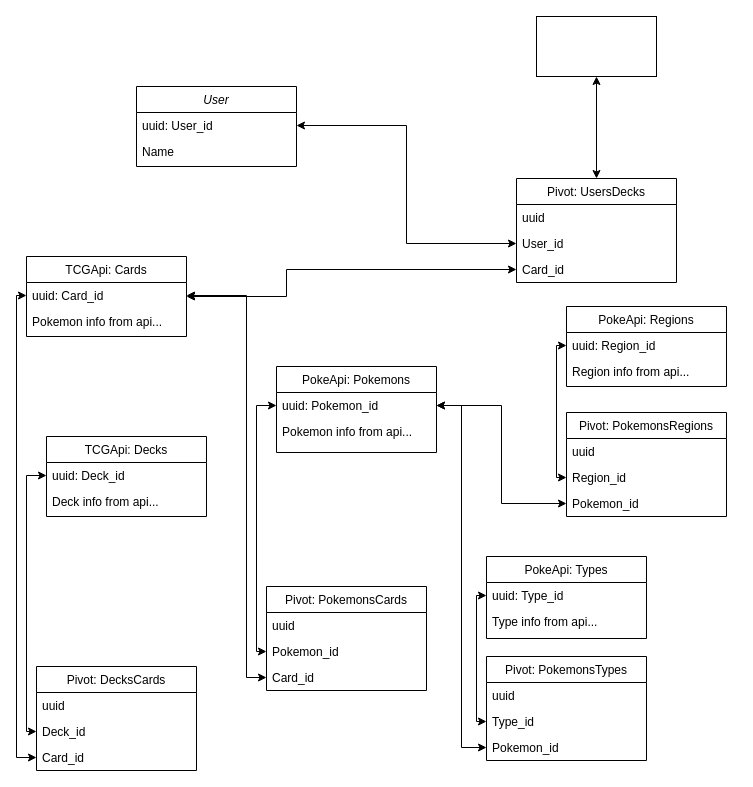
Before: Pokemon.drawio in ecreatrix/personal-pokemon, a draw.io diagram. Source tidied: cells renumbered, new cells numbered last; positions are measured from the earlier drawing's top-left corner, leaving out a move shared by most shapes. Both pictures are drawn from the tidied source at 100%, with x=0, y=0 at pixel (26, 16).
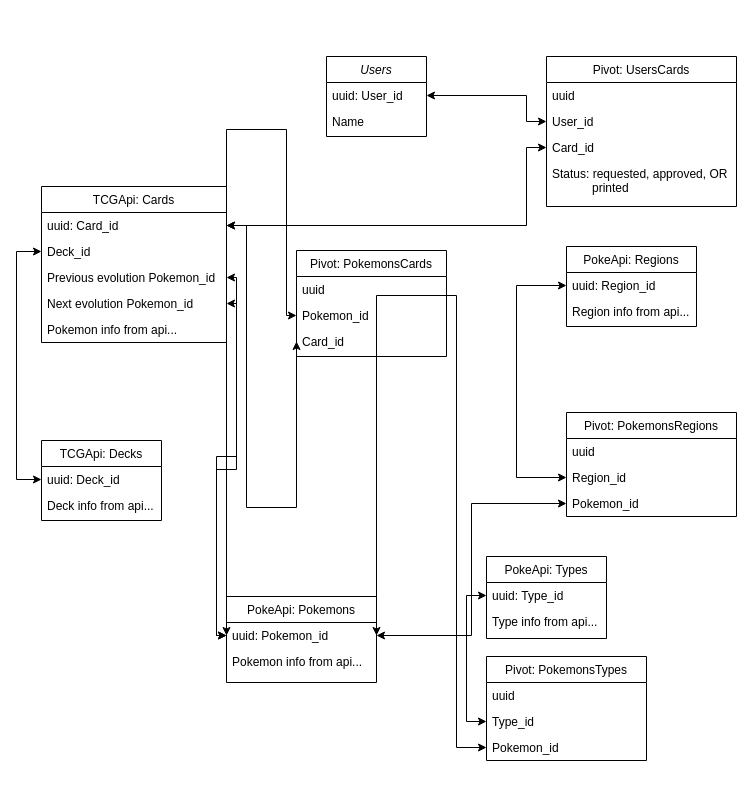
Above is the later version.

Unchanged cells that the change refers to:
```xml
<mxCell id="49" value="Type_id" style="text;align=left;verticalAlign=top;spacingLeft=4;spacingRight=4;overflow=hidden;points=[[0,0.5],[1,0.5]];portConstraint=eastwest;rounded=0;shadow=0;html=0;" parent="47" vertex="1">
  <mxGeometry y="52" width="160" height="26" as="geometry" />
</mxCell>
<mxCell id="50" value="Pokemon_id" style="text;align=left;verticalAlign=top;spacingLeft=4;spacingRight=4;overflow=hidden;points=[[0,0.5],[1,0.5]];portConstraint=eastwest;rounded=0;shadow=0;html=0;" parent="47" vertex="1">
  <mxGeometry y="78" width="160" height="26" as="geometry" />
</mxCell>
```

Change to the diagram source:
```diff
@@
-    <mxCell id="2" value="User" style="swimlane;fontStyle=2;align=center;verticalAlign=top;horizontal=1;startSize=26;rounded=0;shadow=0;strokeWidth=1;" parent="1" vertex="1">
-      <mxGeometry x="110" y="70" width="160" height="80" as="geometry" />
+    <mxCell id="2" value="Users" style="swimlane;fontStyle=2;align=center;verticalAlign=top;horizontal=1;startSize=26;rounded=0;shadow=0;strokeWidth=1;" parent="1" vertex="1">
+      <mxGeometry x="300" y="40" width="100" height="80" as="geometry" />
     </mxCell>
     <mxCell id="3" value="uuid: User_id" style="text;align=left;verticalAlign=top;spacingLeft=4;spacingRight=4;overflow=hidden;points=[[0,0.5],[1,0.5]];portConstraint=eastwest;" parent="2" vertex="1">
-      <mxGeometry y="26" width="160" height="26" as="geometry" />
+      <mxGeometry y="26" width="100" height="26" as="geometry" />
     </mxCell>
     <mxCell id="4" value="Name" style="text;align=left;verticalAlign=top;spacingLeft=4;spacingRight=4;overflow=hidden;" parent="2" vertex="1">
-      <mxGeometry y="52" width="160" height="26" as="geometry" />
+      <mxGeometry y="52" width="100" height="26" as="geometry" />
     </mxCell>
     <mxCell id="5" value="TCGApi: Cards" style="swimlane;fontStyle=0;align=center;verticalAlign=top;horizontal=1;startSize=26;rounded=0;shadow=0;strokeWidth=1;swimlaneLine=1;" parent="1" vertex="1">
-      <mxGeometry y="240" width="160" height="80" as="geometry" />
+      <mxGeometry x="15" y="170" width="185" height="156" as="geometry" />
     </mxCell>
     <mxCell id="6" value="uuid: Card_id" style="text;align=left;verticalAlign=top;spacingLeft=4;spacingRight=4;overflow=hidden;points=[[0,0.5],[1,0.5]];portConstraint=eastwest;" parent="5" vertex="1">
-      <mxGeometry y="26" width="160" height="26" as="geometry" />
+      <mxGeometry y="26" width="185" height="26" as="geometry" />
     </mxCell>
+    <mxCell id="29" value="Deck_id" style="text;align=left;verticalAlign=top;spacingLeft=4;spacingRight=4;overflow=hidden;points=[[0,0.5],[1,0.5]];portConstraint=eastwest;rounded=0;shadow=0;html=0;" parent="5" vertex="1">
+      <mxGeometry y="52" width="185" height="26" as="geometry" />
+    </mxCell>
+    <mxCell id="52" value="Previous evolution Pokemon_id" style="text;align=left;verticalAlign=top;spacingLeft=4;spacingRight=4;overflow=hidden;points=[[0,0.5],[1,0.5]];portConstraint=eastwest;rounded=0;shadow=0;html=0;" parent="5" vertex="1">
+      <mxGeometry y="78" width="185" height="26" as="geometry" />
+    </mxCell>
+    <mxCell id="53" value="Next evolution Pokemon_id" style="text;align=left;verticalAlign=top;spacingLeft=4;spacingRight=4;overflow=hidden;points=[[0,0.5],[1,0.5]];portConstraint=eastwest;rounded=0;shadow=0;html=0;" parent="5" vertex="1">
+      <mxGeometry y="104" width="185" height="26" as="geometry" />
+    </mxCell>
     <mxCell id="7" value="Pokemon info from api..." style="text;align=left;verticalAlign=top;spacingLeft=4;spacingRight=4;overflow=hidden;" parent="5" vertex="1">
-      <mxGeometry y="52" width="160" height="26" as="geometry" />
+      <mxGeometry y="130" width="185" height="26" as="geometry" />
     </mxCell>
-    <mxCell id="8" value="PokeApi: Pokemons" style="swimlane;fontStyle=0;align=center;verticalAlign=top;horizontal=1;startSize=26;rounded=0;shadow=0;strokeWidth=1;" parent="1" vertex="1">
-      <mxGeometry x="250" y="350" width="160" height="86" as="geometry" />
-    </mxCell>
-    <mxCell id="9" value="uuid: Pokemon_id" style="text;align=left;verticalAlign=top;spacingLeft=4;spacingRight=4;overflow=hidden;points=[[0,0.5],[1,0.5]];portConstraint=eastwest;" parent="8" vertex="1">
-      <mxGeometry y="26" width="160" height="26" as="geometry" />
-    </mxCell>
-    <mxCell id="10" value="Pokemon info from api..." style="text;align=left;verticalAlign=top;spacingLeft=4;spacingRight=4;overflow=hidden;" parent="8" vertex="1">
-      <mxGeometry y="52" width="160" height="26" as="geometry" />
-    </mxCell>
-    <mxCell id="11" style="edgeStyle=orthogonalEdgeStyle;rounded=0;jettySize=auto;html=1;startArrow=classic;startFill=1;endArrow=classic;endFill=1;" parent="1" edge="1" source="12" target="51">
-      <mxGeometry relative="1" as="geometry" />
-    </mxCell>
-    <mxCell id="12" value="Pivot: UsersDecks" style="swimlane;fontStyle=0;align=center;verticalAlign=top;horizontal=1;startSize=26;rounded=0;shadow=0;strokeWidth=1;" parent="1" vertex="1">
-      <mxGeometry x="490" y="162" width="160" height="104" as="geometry" />
-    </mxCell>
-    <mxCell id="13" value="uuid" style="text;align=left;verticalAlign=top;spacingLeft=4;spacingRight=4;overflow=hidden;rounded=0;shadow=0;html=0;" parent="12" vertex="1">
-      <mxGeometry y="26" width="160" height="26" as="geometry" />
-    </mxCell>
-    <mxCell id="14" value="User_id" style="text;align=left;verticalAlign=top;spacingLeft=4;spacingRight=4;overflow=hidden;points=[[0,0.5],[1,0.5]];portConstraint=eastwest;rounded=0;shadow=0;html=0;" parent="12" vertex="1">
-      <mxGeometry y="52" width="160" height="26" as="geometry" />
-    </mxCell>
-    <mxCell id="15" value="Card_id" style="text;align=left;verticalAlign=top;spacingLeft=4;spacingRight=4;overflow=hidden;points=[[0,0.5],[1,0.5]];portConstraint=eastwest;rounded=0;shadow=0;html=0;" parent="12" vertex="1">
-      <mxGeometry y="78" width="160" height="26" as="geometry" />
-    </mxCell>
-    <mxCell id="16" style="endArrow=classic;shadow=0;strokeWidth=1;rounded=0;endFill=1;edgeStyle=orthogonalEdgeStyle;elbow=vertical;startArrow=classic;startFill=1;entryX=0;entryY=0.5;entryDx=0;entryDy=0;exitX=1;exitY=0.5;exitDx=0;exitDy=0;" parent="1" edge="1" source="3" target="14">
+    <mxCell id="16" style="endArrow=classic;shadow=0;strokeWidth=1;rounded=0;endFill=1;elbow=vertical;startArrow=classic;startFill=1;exitX=1;exitY=0.5;exitDx=0;exitDy=0;entryX=0;entryY=0.5;entryDx=0;entryDy=0;edgeStyle=orthogonalEdgeStyle;" parent="1" edge="1" source="3" target="14">
       <mxGeometry x="0.5" y="41" relative="1" as="geometry">
+        <Array as="points">
+          <mxPoint x="500" y="79" />
+          <mxPoint x="500" y="105" />
+        </Array>
         <mxPoint x="-40" y="32" as="offset" />
       </mxGeometry>
     </mxCell>
     <mxCell id="17" value="TCGApi: Decks" style="swimlane;fontStyle=0;align=center;verticalAlign=top;horizontal=1;startSize=26;rounded=0;shadow=0;strokeWidth=1;" parent="1" vertex="1">
-      <mxGeometry x="20" y="420" width="160" height="80" as="geometry" />
+      <mxGeometry x="15" y="424" width="120" height="80" as="geometry" />
     </mxCell>
     <mxCell id="18" value="uuid: Deck_id" style="text;align=left;verticalAlign=top;spacingLeft=4;spacingRight=4;overflow=hidden;points=[[0,0.5],[1,0.5]];portConstraint=eastwest;" parent="17" vertex="1">
-      <mxGeometry y="26" width="160" height="26" as="geometry" />
+      <mxGeometry y="26" width="120" height="26" as="geometry" />
     </mxCell>
     <mxCell id="19" value="Deck info from api..." style="text;align=left;verticalAlign=top;spacingLeft=4;spacingRight=4;overflow=hidden;" parent="17" vertex="1">
-      <mxGeometry y="52" width="160" height="26" as="geometry" />
+      <mxGeometry y="52" width="120" height="26" as="geometry" />
     </mxCell>
-    <mxCell id="20" style="endArrow=classic;startArrow=classic;html=1;rounded=0;edgeStyle=orthogonalEdgeStyle;entryX=0;entryY=0.5;entryDx=0;entryDy=0;" parent="1" edge="1" target="15">
+    <mxCell id="20" style="endArrow=classic;startArrow=classic;html=1;rounded=0;edgeStyle=orthogonalEdgeStyle;entryX=0;entryY=0.5;entryDx=0;entryDy=0;exitX=1;exitY=0.5;exitDx=0;exitDy=0;" parent="1" edge="1" source="6" target="56">
       <mxGeometry relative="1" as="geometry">
-        <mxPoint x="160" y="280" as="sourcePoint" />
         <Array as="points">
-          <mxPoint x="260" y="280" />
-          <mxPoint x="260" y="253" />
+          <mxPoint x="500" y="209" />
+          <mxPoint x="500" y="131" />
         </Array>
       </mxGeometry>
     </mxCell>
     <mxCell id="21" value="Pivot: PokemonsCards" style="swimlane;fontStyle=0;align=center;verticalAlign=top;horizontal=1;startSize=26;rounded=0;shadow=0;strokeWidth=1;" parent="1" vertex="1">
-      <mxGeometry x="240" y="570" width="160" height="104" as="geometry" />
+      <mxGeometry x="270" y="234" width="150" height="106" as="geometry" />
     </mxCell>
     <mxCell id="22" value="uuid" style="text;align=left;verticalAlign=top;spacingLeft=4;spacingRight=4;overflow=hidden;rounded=0;shadow=0;html=0;" parent="21" vertex="1">
-      <mxGeometry y="26" width="160" height="26" as="geometry" />
+      <mxGeometry y="26" width="150" height="26" as="geometry" />
     </mxCell>
     <mxCell id="23" value="Pokemon_id" style="text;align=left;verticalAlign=top;spacingLeft=4;spacingRight=4;overflow=hidden;points=[[0,0.5],[1,0.5]];portConstraint=eastwest;rounded=0;shadow=0;html=0;" parent="21" vertex="1">
-      <mxGeometry y="52" width="160" height="26" as="geometry" />
+      <mxGeometry y="52" width="150" height="26" as="geometry" />
     </mxCell>
     <mxCell id="24" value="Card_id" style="text;align=left;verticalAlign=top;spacingLeft=4;spacingRight=4;overflow=hidden;points=[[0,0.5],[1,0.5]];portConstraint=eastwest;rounded=0;shadow=0;html=0;" parent="21" vertex="1">
-      <mxGeometry y="78" width="160" height="26" as="geometry" />
+      <mxGeometry y="78" width="150" height="26" as="geometry" />
     </mxCell>
-    <mxCell id="25" style="endArrow=classic;startArrow=classic;html=1;rounded=0;exitX=0;exitY=0.5;exitDx=0;exitDy=0;entryX=0;entryY=0.5;entryDx=0;entryDy=0;edgeStyle=orthogonalEdgeStyle;" parent="1" edge="1" source="9" target="23">
-      <mxGeometry relative="1" as="geometry" />
-    </mxCell>
     <mxCell id="26" style="endArrow=classic;startArrow=classic;html=1;rounded=0;entryX=1;entryY=0.5;entryDx=0;entryDy=0;exitX=0;exitY=0.5;exitDx=0;exitDy=0;edgeStyle=orthogonalEdgeStyle;" parent="1" edge="1" source="24" target="6">
       <mxGeometry relative="1" as="geometry">
         <Array as="points">
-          <mxPoint x="220" y="661" />
-          <mxPoint x="220" y="279" />
+          <mxPoint x="220" y="491" />
+          <mxPoint x="220" y="209" />
         </Array>
       </mxGeometry>
     </mxCell>
-    <mxCell id="27" value="Pivot: DecksCards" style="swimlane;fontStyle=0;align=center;verticalAlign=top;horizontal=1;startSize=26;rounded=0;shadow=0;strokeWidth=1;" parent="1" vertex="1">
-      <mxGeometry x="10" y="650" width="160" height="104" as="geometry" />
-    </mxCell>
-    <mxCell id="28" value="uuid" style="text;align=left;verticalAlign=top;spacingLeft=4;spacingRight=4;overflow=hidden;rounded=0;shadow=0;html=0;" parent="27" vertex="1">
-      <mxGeometry y="26" width="160" height="26" as="geometry" />
-    </mxCell>
-    <mxCell id="29" value="Deck_id" style="text;align=left;verticalAlign=top;spacingLeft=4;spacingRight=4;overflow=hidden;points=[[0,0.5],[1,0.5]];portConstraint=eastwest;rounded=0;shadow=0;html=0;" parent="27" vertex="1">
-      <mxGeometry y="52" width="160" height="26" as="geometry" />
-    </mxCell>
-    <mxCell id="30" value="Card_id" style="text;align=left;verticalAlign=top;spacingLeft=4;spacingRight=4;overflow=hidden;points=[[0,0.5],[1,0.5]];portConstraint=eastwest;rounded=0;shadow=0;html=0;" parent="27" vertex="1">
-      <mxGeometry y="78" width="160" height="26" as="geometry" />
-    </mxCell>
-    <mxCell id="31" style="endArrow=classic;startArrow=classic;html=1;rounded=0;edgeStyle=orthogonalEdgeStyle;exitX=0;exitY=0.5;exitDx=0;exitDy=0;entryX=0;entryY=0.5;entryDx=0;entryDy=0;" parent="1" edge="1" source="30" target="6">
-      <mxGeometry relative="1" as="geometry" />
+    <mxCell id="31" style="endArrow=classic;startArrow=classic;html=1;rounded=0;edgeStyle=orthogonalEdgeStyle;exitX=0;exitY=0.5;exitDx=0;exitDy=0;entryX=0;entryY=0.5;entryDx=0;entryDy=0;" parent="1" edge="1" source="18" target="29">
+      <mxGeometry relative="1" as="geometry">
+        <Array as="points">
+          <mxPoint x="-10" y="463" />
+          <mxPoint x="-10" y="235" />
+        </Array>
+      </mxGeometry>
     </mxCell>
-    <mxCell id="32" style="endArrow=classic;startArrow=classic;html=1;rounded=0;exitX=0;exitY=0.5;exitDx=0;exitDy=0;entryX=0;entryY=0.5;entryDx=0;entryDy=0;edgeStyle=orthogonalEdgeStyle;" parent="1" edge="1" source="18" target="29">
-      <mxGeometry relative="1" as="geometry" />
-    </mxCell>
@@
     <mxCell id="34" style="endArrow=classic;startArrow=classic;html=1;rounded=0;edgeStyle=orthogonalEdgeStyle;exitX=0;exitY=0.5;exitDx=0;exitDy=0;entryX=0;entryY=0.5;entryDx=0;entryDy=0;" parent="1" edge="1" source="45" target="38">
-      <mxGeometry relative="1" as="geometry" />
+      <mxGeometry relative="1" as="geometry">
+        <Array as="points">
+          <mxPoint x="490" y="461" />
+          <mxPoint x="490" y="269" />
+        </Array>
+      </mxGeometry>
     </mxCell>
     <mxCell id="35" style="endArrow=classic;startArrow=classic;html=1;rounded=0;edgeStyle=orthogonalEdgeStyle;exitX=0;exitY=0.5;exitDx=0;exitDy=0;entryX=0;entryY=0.5;entryDx=0;entryDy=0;" parent="1" edge="1" source="49" target="41">
-      <mxGeometry relative="1" as="geometry" />
+      <mxGeometry relative="1" as="geometry">
+        <Array as="points">
+          <mxPoint x="440" y="705" />
+          <mxPoint x="440" y="579" />
+        </Array>
+      </mxGeometry>
     </mxCell>
     <mxCell id="36" style="endArrow=classic;startArrow=classic;html=1;rounded=0;edgeStyle=orthogonalEdgeStyle;exitX=1;exitY=0.5;exitDx=0;exitDy=0;entryX=0;entryY=0.5;entryDx=0;entryDy=0;" parent="1" edge="1" source="9" target="50">
-      <mxGeometry relative="1" as="geometry" />
+      <mxGeometry relative="1" as="geometry">
+        <Array as="points">
+          <mxPoint x="430" y="279" />
+          <mxPoint x="430" y="731" />
+        </Array>
+      </mxGeometry>
     </mxCell>
     <mxCell id="37" value="PokeApi: Regions" style="swimlane;fontStyle=0;align=center;verticalAlign=top;horizontal=1;startSize=26;rounded=0;shadow=0;strokeWidth=1;" parent="1" vertex="1">
-      <mxGeometry x="540" y="290" width="160" height="80" as="geometry" />
+      <mxGeometry x="540" y="230" width="130" height="80" as="geometry" />
     </mxCell>
     <mxCell id="38" value="uuid: Region_id" style="text;align=left;verticalAlign=top;spacingLeft=4;spacingRight=4;overflow=hidden;points=[[0,0.5],[1,0.5]];portConstraint=eastwest;" parent="37" vertex="1">
-      <mxGeometry y="26" width="160" height="26" as="geometry" />
+      <mxGeometry y="26" width="130" height="26" as="geometry" />
     </mxCell>
     <mxCell id="39" value="Region info from api..." style="text;align=left;verticalAlign=top;spacingLeft=4;spacingRight=4;overflow=hidden;" parent="37" vertex="1">
-      <mxGeometry y="52" width="160" height="26" as="geometry" />
+      <mxGeometry y="52" width="130" height="26" as="geometry" />
     </mxCell>
     <mxCell id="40" value="PokeApi: Types" style="swimlane;fontStyle=0;align=center;verticalAlign=top;horizontal=1;startSize=26;rounded=0;shadow=0;strokeWidth=1;" parent="1" vertex="1">
-      <mxGeometry x="460" y="540" width="160" height="82" as="geometry" />
+      <mxGeometry x="460" y="540" width="120" height="82" as="geometry" />
     </mxCell>
     <mxCell id="41" value="uuid: Type_id" style="text;align=left;verticalAlign=top;spacingLeft=4;spacingRight=4;overflow=hidden;points=[[0,0.5],[1,0.5]];portConstraint=eastwest;" parent="40" vertex="1">
-      <mxGeometry y="26" width="160" height="26" as="geometry" />
+      <mxGeometry y="26" width="120" height="26" as="geometry" />
     </mxCell>
     <mxCell id="42" value="Type info from api..." style="text;align=left;verticalAlign=top;spacingLeft=4;spacingRight=4;overflow=hidden;" parent="40" vertex="1">
-      <mxGeometry y="52" width="160" height="26" as="geometry" />
+      <mxGeometry y="52" width="120" height="26" as="geometry" />
     </mxCell>
     <mxCell id="43" value="Pivot: PokemonsRegions" style="swimlane;fontStyle=0;align=center;verticalAlign=top;horizontal=1;startSize=26;rounded=0;shadow=0;strokeWidth=1;" parent="1" vertex="1">
-      <mxGeometry x="540" y="396" width="160" height="104" as="geometry" />
+      <mxGeometry x="540" y="396" width="170" height="104" as="geometry" />
     </mxCell>
     <mxCell id="44" value="uuid" style="text;align=left;verticalAlign=top;spacingLeft=4;spacingRight=4;overflow=hidden;rounded=0;shadow=0;html=0;" parent="43" vertex="1">
-      <mxGeometry y="26" width="160" height="26" as="geometry" />
+      <mxGeometry y="26" width="170" height="26" as="geometry" />
     </mxCell>
     <mxCell id="45" value="Region_id" style="text;align=left;verticalAlign=top;spacingLeft=4;spacingRight=4;overflow=hidden;points=[[0,0.5],[1,0.5]];portConstraint=eastwest;rounded=0;shadow=0;html=0;" parent="43" vertex="1">
-      <mxGeometry y="52" width="160" height="26" as="geometry" />
+      <mxGeometry y="52" width="170" height="26" as="geometry" />
     </mxCell>
     <mxCell id="46" value="Pokemon_id" style="text;align=left;verticalAlign=top;spacingLeft=4;spacingRight=4;overflow=hidden;points=[[0,0.5],[1,0.5]];portConstraint=eastwest;rounded=0;shadow=0;html=0;" parent="43" vertex="1">
-      <mxGeometry y="78" width="160" height="26" as="geometry" />
+      <mxGeometry y="78" width="170" height="26" as="geometry" />
     </mxCell>
@@
-    <mxCell id="51" style="whiteSpace=wrap;html=1;verticalAlign=top;fontStyle=0;startSize=26;rounded=0;shadow=0;strokeWidth=1;" parent="1" vertex="1">
-      <mxGeometry x="510" width="120" height="60" as="geometry" />
-    </mxCell>
+    <mxCell id="54" value="Pivot: UsersCards" style="swimlane;fontStyle=0;align=center;verticalAlign=top;horizontal=1;startSize=26;rounded=0;shadow=0;strokeWidth=1;" parent="1" vertex="1">
+      <mxGeometry x="520" y="40" width="190" height="150" as="geometry" />
+    </mxCell>
+    <mxCell id="55" value="uuid" style="text;align=left;verticalAlign=top;spacingLeft=4;spacingRight=4;overflow=hidden;rounded=0;shadow=0;html=0;" parent="54" vertex="1">
+      <mxGeometry y="26" width="190" height="26" as="geometry" />
+    </mxCell>
+    <mxCell id="14" value="User_id" style="text;align=left;verticalAlign=top;spacingLeft=4;spacingRight=4;overflow=hidden;points=[[0,0.5],[1,0.5]];portConstraint=eastwest;rounded=0;shadow=0;html=0;" parent="54" vertex="1">
+      <mxGeometry y="52" width="190" height="26" as="geometry" />
+    </mxCell>
+    <mxCell id="56" value="Card_id" style="text;align=left;verticalAlign=top;spacingLeft=4;spacingRight=4;overflow=hidden;points=[[0,0.5],[1,0.5]];portConstraint=eastwest;rounded=0;shadow=0;html=0;" parent="54" vertex="1">
+      <mxGeometry y="78" width="190" height="26" as="geometry" />
+    </mxCell>
+    <mxCell id="57" value="Status: requested, approved, OR&#10;            printed" style="text;align=left;verticalAlign=top;spacingLeft=4;spacingRight=4;overflow=hidden;rounded=0;shadow=0;html=0;" parent="54" vertex="1">
+      <mxGeometry y="104" width="190" height="36" as="geometry" />
+    </mxCell>
+    <mxCell id="58" style="endArrow=classic;startArrow=classic;html=1;rounded=0;edgeStyle=orthogonalEdgeStyle;exitX=1;exitY=0.5;exitDx=0;exitDy=0;entryX=0;entryY=0.5;entryDx=0;entryDy=0;" parent="1" edge="1" source="53" target="9">
+      <mxGeometry relative="1" as="geometry" />
+    </mxCell>
+    <mxCell id="59" style="endArrow=classic;startArrow=classic;html=1;rounded=0;edgeStyle=orthogonalEdgeStyle;exitX=1;exitY=0.5;exitDx=0;exitDy=0;entryX=0;entryY=0.5;entryDx=0;entryDy=0;" parent="1" edge="1" source="52" target="9">
+      <mxGeometry relative="1" as="geometry" />
+    </mxCell>
+    <mxCell id="8" value="PokeApi: Pokemons" style="swimlane;fontStyle=0;align=center;verticalAlign=top;horizontal=1;startSize=26;rounded=0;shadow=0;strokeWidth=1;" parent="1" vertex="1">
+      <mxGeometry x="200" y="580" width="150" height="86" as="geometry" />
+    </mxCell>
+    <mxCell id="9" value="uuid: Pokemon_id" style="text;align=left;verticalAlign=top;spacingLeft=4;spacingRight=4;overflow=hidden;points=[[0,0.5],[1,0.5]];portConstraint=eastwest;" parent="8" vertex="1">
+      <mxGeometry y="26" width="150" height="26" as="geometry" />
+    </mxCell>
+    <mxCell id="10" value="Pokemon info from api..." style="text;align=left;verticalAlign=top;spacingLeft=4;spacingRight=4;overflow=hidden;" parent="8" vertex="1">
+      <mxGeometry y="52" width="150" height="26" as="geometry" />
+    </mxCell>
+    <mxCell id="25" style="endArrow=classic;startArrow=classic;html=1;rounded=0;exitX=0;exitY=0.5;exitDx=0;exitDy=0;entryX=0;entryY=0.5;entryDx=0;entryDy=0;edgeStyle=orthogonalEdgeStyle;" parent="1" edge="1" source="9" target="23">
+      <mxGeometry relative="1" as="geometry">
+        <Array as="points">
+          <mxPoint x="260" y="113" />
+          <mxPoint x="260" y="299" />
+        </Array>
+      </mxGeometry>
+    </mxCell>
```
